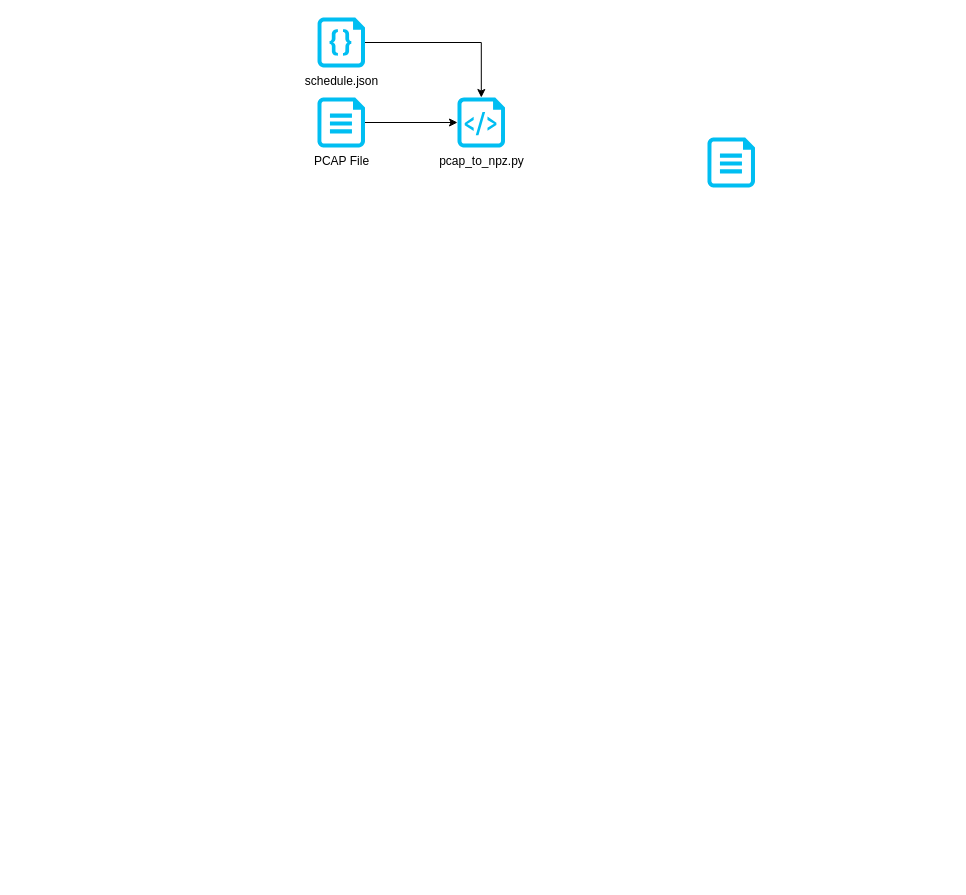
Above: page "Page-2" (2 of 2) of images/Diagrams.drawio in OliverStaub/BachelorThesis (draw.io), before the change. Source tidied: cells renumbered, new cells numbered last; positions are measured from the earlier drawing's top-left corner, leaving out a move shared by most shapes. Both pictures are drawn from the tidied source at 100%, with x=0, y=0 at pixel (317, 17).
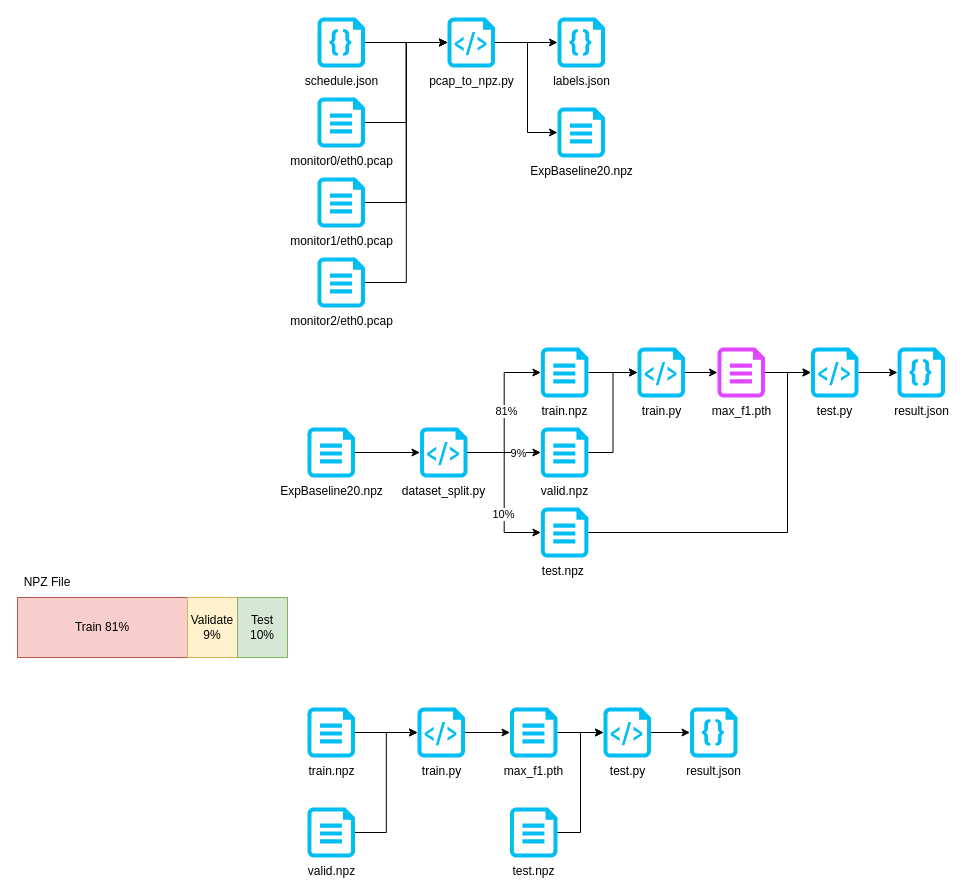
The same page after the edit.

Unchanged cells that the change refers to:
```xml
<mxCell id="6" value="schedule.json" style="verticalLabelPosition=bottom;html=1;verticalAlign=top;align=center;strokeColor=none;fillColor=#00BEF2;shape=mxgraph.azure.code_file;" parent="1" vertex="1">
  <mxGeometry width="47.5" height="50" as="geometry" />
</mxCell>
```

The edit, as a diff of the source:
```diff
@@
-    <mxCell id="2" style="edgeStyle=orthogonalEdgeStyle;rounded=0;jettySize=auto;html=1;" parent="1" edge="1" source="3" target="4">
-      <mxGeometry relative="1" as="geometry" />
-    </mxCell>
-    <mxCell id="3" value="PCAP File" style="verticalLabelPosition=bottom;html=1;verticalAlign=top;align=center;strokeColor=none;fillColor=#00BEF2;shape=mxgraph.azure.cloud_services_configuration_file;" parent="1" vertex="1">
+    <mxCell id="3" value="monitor0/eth0.pcap" style="verticalLabelPosition=bottom;html=1;verticalAlign=top;align=center;strokeColor=none;fillColor=#00BEF2;shape=mxgraph.azure.cloud_services_configuration_file;" parent="1" vertex="1">
       <mxGeometry y="80" width="47.5" height="50" as="geometry" />
     </mxCell>
+    <mxCell id="8" style="edgeStyle=orthogonalEdgeStyle;rounded=0;jettySize=auto;html=1;" parent="1" edge="1" source="4" target="9">
+      <mxGeometry relative="1" as="geometry">
+        <Array as="points">
+          <mxPoint x="210" y="25" />
+          <mxPoint x="210" y="115" />
+        </Array>
+      </mxGeometry>
+    </mxCell>
     <mxCell id="4" value="pcap_to_npz.py" style="verticalLabelPosition=bottom;html=1;verticalAlign=top;align=center;strokeColor=none;fillColor=#00BEF2;shape=mxgraph.azure.script_file;" parent="1" vertex="1">
-      <mxGeometry x="140" y="80" width="47.5" height="50" as="geometry" />
+      <mxGeometry x="130" width="47.5" height="50" as="geometry" />
     </mxCell>
-    <mxCell id="5" style="edgeStyle=orthogonalEdgeStyle;rounded=0;jettySize=auto;html=1;" parent="1" edge="1" source="6" target="4">
+    <mxCell id="5" style="edgeStyle=orthogonalEdgeStyle;rounded=0;jettySize=auto;html=1;entryX=0;entryY=0.5;entryDx=0;entryDy=0;entryPerimeter=0;" parent="1" edge="1" source="6" target="4">
       <mxGeometry relative="1" as="geometry" />
     </mxCell>
@@
-    <mxCell id="7" style="verticalLabelPosition=bottom;html=1;verticalAlign=top;align=center;strokeColor=none;fillColor=#00BEF2;shape=mxgraph.azure.cloud_services_configuration_file;" parent="1" vertex="1">
-      <mxGeometry x="390" y="120" width="47.5" height="50" as="geometry" />
-    </mxCell>
+    <mxCell id="9" value="&lt;div&gt;&amp;nbsp;ExpBaseline20.npz&amp;nbsp;&lt;/div&gt;" style="verticalLabelPosition=bottom;html=1;verticalAlign=top;align=center;strokeColor=none;fillColor=#00BEF2;shape=mxgraph.azure.cloud_services_configuration_file;" parent="1" vertex="1">
+      <mxGeometry x="240" y="90" width="47.5" height="50" as="geometry" />
+    </mxCell>
+    <mxCell id="10" value="labels.json" style="verticalLabelPosition=bottom;html=1;verticalAlign=top;align=center;strokeColor=none;fillColor=#00BEF2;shape=mxgraph.azure.code_file;" parent="1" vertex="1">
+      <mxGeometry x="240" width="47.5" height="50" as="geometry" />
+    </mxCell>
+    <mxCell id="11" style="edgeStyle=orthogonalEdgeStyle;rounded=0;jettySize=auto;html=1;entryX=0;entryY=0.5;entryDx=0;entryDy=0;entryPerimeter=0;" parent="1" edge="1" source="4" target="10">
+      <mxGeometry relative="1" as="geometry">
+        <Array as="points">
+          <mxPoint x="220" y="25" />
+          <mxPoint x="220" y="25" />
+        </Array>
+      </mxGeometry>
+    </mxCell>
+    <mxCell id="12" value="monitor1/eth0.pcap" style="verticalLabelPosition=bottom;html=1;verticalAlign=top;align=center;strokeColor=none;fillColor=#00BEF2;shape=mxgraph.azure.cloud_services_configuration_file;" parent="1" vertex="1">
+      <mxGeometry y="160" width="47.5" height="50" as="geometry" />
+    </mxCell>
+    <mxCell id="13" value="monitor2/eth0.pcap" style="verticalLabelPosition=bottom;html=1;verticalAlign=top;align=center;strokeColor=none;fillColor=#00BEF2;shape=mxgraph.azure.cloud_services_configuration_file;" parent="1" vertex="1">
+      <mxGeometry y="240" width="47.5" height="50" as="geometry" />
+    </mxCell>
+    <mxCell id="14" style="edgeStyle=orthogonalEdgeStyle;rounded=0;jettySize=auto;html=1;entryX=0;entryY=0.5;entryDx=0;entryDy=0;entryPerimeter=0;" parent="1" edge="1" source="12" target="4">
+      <mxGeometry relative="1" as="geometry" />
+    </mxCell>
+    <mxCell id="15" style="edgeStyle=orthogonalEdgeStyle;rounded=0;jettySize=auto;html=1;entryX=0;entryY=0.5;entryDx=0;entryDy=0;entryPerimeter=0;" parent="1" edge="1" source="13" target="4">
+      <mxGeometry relative="1" as="geometry" />
+    </mxCell>
+    <mxCell id="2" style="edgeStyle=orthogonalEdgeStyle;rounded=0;jettySize=auto;html=1;entryX=0;entryY=0.5;entryDx=0;entryDy=0;entryPerimeter=0;" parent="1" edge="1" source="3" target="4">
+      <mxGeometry relative="1" as="geometry" />
+    </mxCell>
+    <mxCell id="16" value="Train 81%" style="rounded=0;whiteSpace=wrap;html=1;fillColor=#f8cecc;strokeColor=#b85450;" parent="1" vertex="1">
+      <mxGeometry x="-300" y="580" width="170" height="60" as="geometry" />
+    </mxCell>
+    <mxCell id="17" value="Validate 9%" style="rounded=0;whiteSpace=wrap;html=1;fillColor=#fff2cc;strokeColor=#d6b656;" parent="1" vertex="1">
+      <mxGeometry x="-130" y="580" width="50" height="60" as="geometry" />
+    </mxCell>
+    <mxCell id="18" value="NPZ File" style="text;html=1;align=center;verticalAlign=middle;whiteSpace=wrap;rounded=0;" parent="1" vertex="1">
+      <mxGeometry x="-300" y="550" width="60" height="30" as="geometry" />
+    </mxCell>
+    <mxCell id="19" value="Test 10%" style="rounded=0;whiteSpace=wrap;html=1;fillColor=#d5e8d4;strokeColor=#82b366;" parent="1" vertex="1">
+      <mxGeometry x="-80" y="580" width="50" height="60" as="geometry" />
+    </mxCell>
+    <mxCell id="20" style="edgeStyle=orthogonalEdgeStyle;rounded=0;jettySize=auto;html=1;" parent="1" edge="1" source="21" target="39">
+      <mxGeometry relative="1" as="geometry" />
+    </mxCell>
+    <mxCell id="21" value="train.py" style="verticalLabelPosition=bottom;html=1;verticalAlign=top;align=center;strokeColor=none;fillColor=#00BEF2;shape=mxgraph.azure.script_file;" parent="1" vertex="1">
+      <mxGeometry x="100" y="690" width="47.5" height="50" as="geometry" />
+    </mxCell>
+    <mxCell id="22" style="edgeStyle=orthogonalEdgeStyle;rounded=0;jettySize=auto;html=1;" parent="1" edge="1" source="23" target="21">
+      <mxGeometry relative="1" as="geometry" />
+    </mxCell>
+    <mxCell id="23" value="&lt;div&gt;train.npz&lt;/div&gt;" style="verticalLabelPosition=bottom;html=1;verticalAlign=top;align=center;strokeColor=none;fillColor=#00BEF2;shape=mxgraph.azure.cloud_services_configuration_file;" parent="1" vertex="1">
+      <mxGeometry x="-10" y="690" width="47.5" height="50" as="geometry" />
+    </mxCell>
+    <mxCell id="24" style="edgeStyle=orthogonalEdgeStyle;rounded=0;jettySize=auto;html=1;" parent="1" edge="1" source="26" target="31">
+      <mxGeometry relative="1" as="geometry" />
+    </mxCell>
+    <mxCell id="25" value="9%" style="edgeLabel;html=1;align=center;verticalAlign=middle;" parent="24" vertex="1">
+      <mxGeometry x="0.12" y="2" relative="1" as="geometry">
+        <mxPoint x="9" y="2" as="offset" />
+      </mxGeometry>
+    </mxCell>
+    <mxCell id="26" value="dataset_split.py" style="verticalLabelPosition=bottom;html=1;verticalAlign=top;align=center;strokeColor=none;fillColor=#00BEF2;shape=mxgraph.azure.script_file;" parent="1" vertex="1">
+      <mxGeometry x="102.5" y="410" width="47.5" height="50" as="geometry" />
+    </mxCell>
+    <mxCell id="27" style="edgeStyle=orthogonalEdgeStyle;rounded=0;jettySize=auto;html=1;" parent="1" edge="1" source="28" target="26">
+      <mxGeometry relative="1" as="geometry" />
+    </mxCell>
+    <mxCell id="28" value="&lt;div&gt;&amp;nbsp;ExpBaseline20.npz&amp;nbsp;&lt;/div&gt;" style="verticalLabelPosition=bottom;html=1;verticalAlign=top;align=center;strokeColor=none;fillColor=#00BEF2;shape=mxgraph.azure.cloud_services_configuration_file;" parent="1" vertex="1">
+      <mxGeometry x="-10" y="410" width="47.5" height="50" as="geometry" />
+    </mxCell>
+    <mxCell id="29" style="edgeStyle=orthogonalEdgeStyle;rounded=0;jettySize=auto;html=1;" parent="1" edge="1" source="30" target="52">
+      <mxGeometry relative="1" as="geometry" />
+    </mxCell>
+    <mxCell id="30" value="&lt;div&gt;&amp;nbsp;train.npz&amp;nbsp;&lt;/div&gt;" style="verticalLabelPosition=bottom;html=1;verticalAlign=top;align=center;strokeColor=none;fillColor=#00BEF2;shape=mxgraph.azure.cloud_services_configuration_file;" parent="1" vertex="1">
+      <mxGeometry x="223.4" y="330" width="47.5" height="50" as="geometry" />
+    </mxCell>
+    <mxCell id="31" value="&lt;div&gt;&amp;nbsp;valid.npz&amp;nbsp;&lt;/div&gt;" style="verticalLabelPosition=bottom;html=1;verticalAlign=top;align=center;strokeColor=none;fillColor=#00BEF2;shape=mxgraph.azure.cloud_services_configuration_file;" parent="1" vertex="1">
+      <mxGeometry x="223.4" y="410" width="47.5" height="50" as="geometry" />
+    </mxCell>
+    <mxCell id="32" value="&lt;div&gt;test.npz&amp;nbsp;&lt;/div&gt;" style="verticalLabelPosition=bottom;html=1;verticalAlign=top;align=center;strokeColor=none;fillColor=#00BEF2;shape=mxgraph.azure.cloud_services_configuration_file;" parent="1" vertex="1">
+      <mxGeometry x="223.4" y="490" width="47.5" height="50" as="geometry" />
+    </mxCell>
+    <mxCell id="33" style="edgeStyle=orthogonalEdgeStyle;rounded=0;jettySize=auto;html=1;entryX=0;entryY=0.5;entryDx=0;entryDy=0;entryPerimeter=0;" parent="1" edge="1" source="26" target="30">
+      <mxGeometry relative="1" as="geometry" />
+    </mxCell>
+    <mxCell id="34" value="81%" style="edgeLabel;html=1;align=center;verticalAlign=middle;" parent="33" vertex="1">
+      <mxGeometry x="0.02" y="-2" relative="1" as="geometry" />
+    </mxCell>
+    <mxCell id="35" style="edgeStyle=orthogonalEdgeStyle;rounded=0;jettySize=auto;html=1;entryX=0;entryY=0.5;entryDx=0;entryDy=0;entryPerimeter=0;" parent="1" edge="1" source="26" target="32">
+      <mxGeometry relative="1" as="geometry" />
+    </mxCell>
+    <mxCell id="36" value="10%" style="edgeLabel;html=1;align=center;verticalAlign=middle;" parent="35" vertex="1">
+      <mxGeometry x="0.28" y="-1" relative="1" as="geometry" />
+    </mxCell>
+    <mxCell id="37" value="&lt;div&gt;valid.npz&lt;/div&gt;" style="verticalLabelPosition=bottom;html=1;verticalAlign=top;align=center;strokeColor=none;fillColor=#00BEF2;shape=mxgraph.azure.cloud_services_configuration_file;" parent="1" vertex="1">
+      <mxGeometry x="-10" y="790" width="47.5" height="50" as="geometry" />
+    </mxCell>
+    <mxCell id="38" style="edgeStyle=orthogonalEdgeStyle;rounded=0;jettySize=auto;html=1;" parent="1" edge="1" source="39" target="41">
+      <mxGeometry relative="1" as="geometry" />
+    </mxCell>
+    <mxCell id="39" value="max_f1.pth" style="verticalLabelPosition=bottom;html=1;verticalAlign=top;align=center;strokeColor=none;fillColor=#00BEF2;shape=mxgraph.azure.cloud_services_configuration_file;" parent="1" vertex="1">
+      <mxGeometry x="192.5" y="690" width="47.5" height="50" as="geometry" />
+    </mxCell>
+    <mxCell id="40" style="edgeStyle=orthogonalEdgeStyle;rounded=0;jettySize=auto;html=1;" parent="1" edge="1" source="41" target="45">
+      <mxGeometry relative="1" as="geometry" />
+    </mxCell>
+    <mxCell id="41" value="test.py" style="verticalLabelPosition=bottom;html=1;verticalAlign=top;align=center;strokeColor=none;fillColor=#00BEF2;shape=mxgraph.azure.script_file;" parent="1" vertex="1">
+      <mxGeometry x="286" y="690" width="47.5" height="50" as="geometry" />
+    </mxCell>
+    <mxCell id="42" style="edgeStyle=orthogonalEdgeStyle;rounded=0;jettySize=auto;html=1;entryX=0;entryY=0.5;entryDx=0;entryDy=0;entryPerimeter=0;" parent="1" edge="1" source="37" target="21">
+      <mxGeometry relative="1" as="geometry" />
+    </mxCell>
+    <mxCell id="43" value="&lt;div&gt;test.npz&lt;/div&gt;" style="verticalLabelPosition=bottom;html=1;verticalAlign=top;align=center;strokeColor=none;fillColor=#00BEF2;shape=mxgraph.azure.cloud_services_configuration_file;" parent="1" vertex="1">
+      <mxGeometry x="192.5" y="790" width="47.5" height="50" as="geometry" />
+    </mxCell>
+    <mxCell id="44" style="edgeStyle=orthogonalEdgeStyle;rounded=0;jettySize=auto;html=1;entryX=0;entryY=0.5;entryDx=0;entryDy=0;entryPerimeter=0;" parent="1" edge="1" source="43" target="41">
+      <mxGeometry relative="1" as="geometry" />
+    </mxCell>
+    <mxCell id="45" value="result.json" style="verticalLabelPosition=bottom;html=1;verticalAlign=top;align=center;strokeColor=none;fillColor=#00BEF2;shape=mxgraph.azure.code_file;" parent="1" vertex="1">
+      <mxGeometry x="372.5" y="690" width="47.5" height="50" as="geometry" />
+    </mxCell>
+    <mxCell id="46" style="edgeStyle=orthogonalEdgeStyle;rounded=0;jettySize=auto;html=1;" parent="1" edge="1" source="47" target="49">
+      <mxGeometry relative="1" as="geometry" />
+    </mxCell>
+    <mxCell id="47" value="max_f1.pth" style="verticalLabelPosition=bottom;html=1;verticalAlign=top;align=center;strokeColor=none;fillColor=light-dark(#e047ff, #0089b6);shape=mxgraph.azure.cloud_services_configuration_file;" parent="1" vertex="1">
+      <mxGeometry x="400" y="330" width="47.5" height="50" as="geometry" />
+    </mxCell>
+    <mxCell id="48" style="edgeStyle=orthogonalEdgeStyle;rounded=0;jettySize=auto;html=1;" parent="1" edge="1" source="49" target="50">
+      <mxGeometry relative="1" as="geometry" />
+    </mxCell>
+    <mxCell id="49" value="test.py" style="verticalLabelPosition=bottom;html=1;verticalAlign=top;align=center;strokeColor=none;fillColor=#00BEF2;shape=mxgraph.azure.script_file;" parent="1" vertex="1">
+      <mxGeometry x="493.5" y="330" width="47.5" height="50" as="geometry" />
+    </mxCell>
+    <mxCell id="50" value="result.json" style="verticalLabelPosition=bottom;html=1;verticalAlign=top;align=center;strokeColor=none;fillColor=#00BEF2;shape=mxgraph.azure.code_file;" parent="1" vertex="1">
+      <mxGeometry x="580" y="330" width="47.5" height="50" as="geometry" />
+    </mxCell>
+    <mxCell id="51" style="edgeStyle=orthogonalEdgeStyle;rounded=0;jettySize=auto;html=1;" parent="1" edge="1" source="52" target="47">
+      <mxGeometry relative="1" as="geometry" />
+    </mxCell>
+    <mxCell id="52" value="train.py" style="verticalLabelPosition=bottom;html=1;verticalAlign=top;align=center;strokeColor=none;fillColor=#00BEF2;shape=mxgraph.azure.script_file;" parent="1" vertex="1">
+      <mxGeometry x="320" y="330" width="47.5" height="50" as="geometry" />
+    </mxCell>
+    <mxCell id="53" style="edgeStyle=orthogonalEdgeStyle;rounded=0;jettySize=auto;html=1;entryX=0;entryY=0.5;entryDx=0;entryDy=0;entryPerimeter=0;" parent="1" edge="1" source="31" target="52">
+      <mxGeometry relative="1" as="geometry" />
+    </mxCell>
+    <mxCell id="54" style="edgeStyle=orthogonalEdgeStyle;rounded=0;jettySize=auto;html=1;entryX=0;entryY=0.5;entryDx=0;entryDy=0;entryPerimeter=0;" parent="1" edge="1" source="32" target="49">
+      <mxGeometry relative="1" as="geometry">
+        <Array as="points">
+          <mxPoint x="470" y="515" />
+          <mxPoint x="470" y="355" />
+        </Array>
+      </mxGeometry>
+    </mxCell>
```
